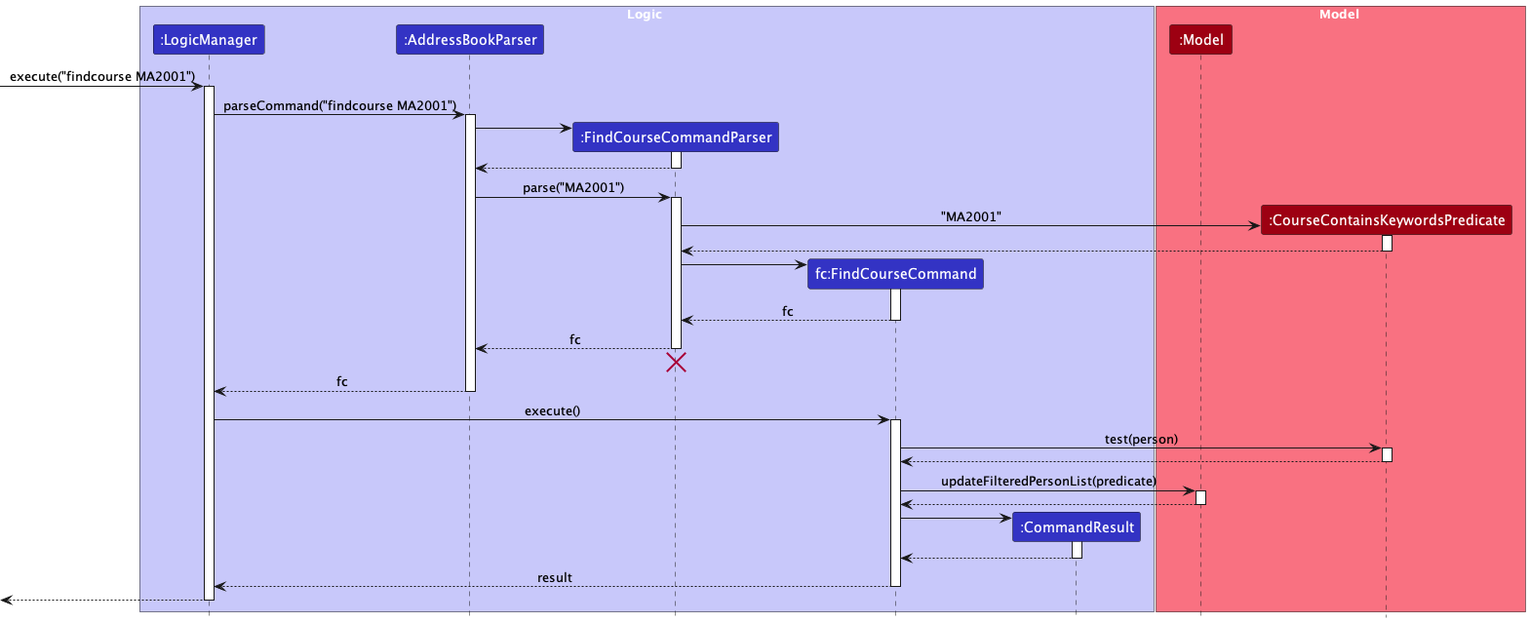
tanteckfang/tp keeps this PlantUML diagram as docs/images/FindcourseSequenceDiagram.png. Above is the earlier version.
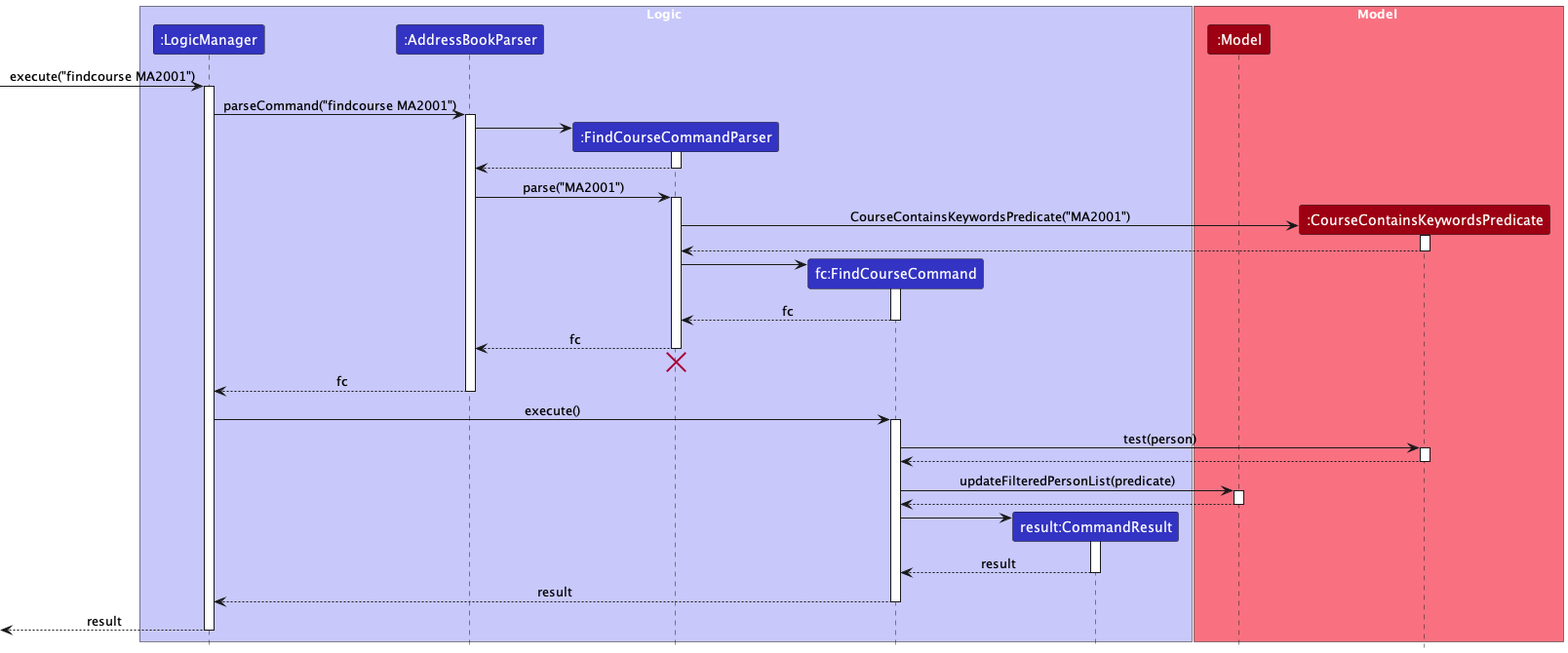
Later version of the same file.

What changed in the source:
```diff
@@ -7,7 +7,7 @@
 participant ":AddressBookParser" as AddressBookParser LOGIC_COLOR
 participant ":FindCourseCommandParser" as FindCourseCommandParser LOGIC_COLOR
 participant "fc:FindCourseCommand" as FindCourseCommand LOGIC_COLOR
-participant ":CommandResult" as CommandResult LOGIC_COLOR
+participant "result:CommandResult" as CommandResult LOGIC_COLOR
 end box
 
 box Model MODEL_COLOR_T1
@@ -32,7 +32,7 @@
 activate FindCourseCommandParser
 
 create CoursePredicate
-FindCourseCommandParser -> CoursePredicate : "MA2001"
+FindCourseCommandParser -> CoursePredicate : CourseContainsKeywordsPredicate("MA2001")
 activate CoursePredicate
 
 CoursePredicate --> FindCourseCommandParser
@@ -72,12 +72,12 @@
 FindCourseCommand -> CommandResult
 activate CommandResult
 
-CommandResult --> FindCourseCommand
+CommandResult --> FindCourseCommand :result
 deactivate CommandResult
 
 FindCourseCommand --> LogicManager : result
 deactivate FindCourseCommand
 
-[<--LogicManager
+[<--LogicManager :result
 deactivate LogicManager
 @enduml
```
